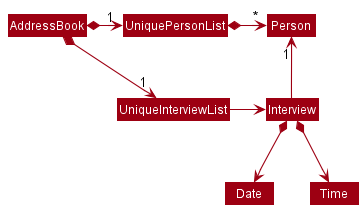
The PlantUML diagram docs/images/BetterModelClassDiagram.png in rcjj98/tp, before a commit.
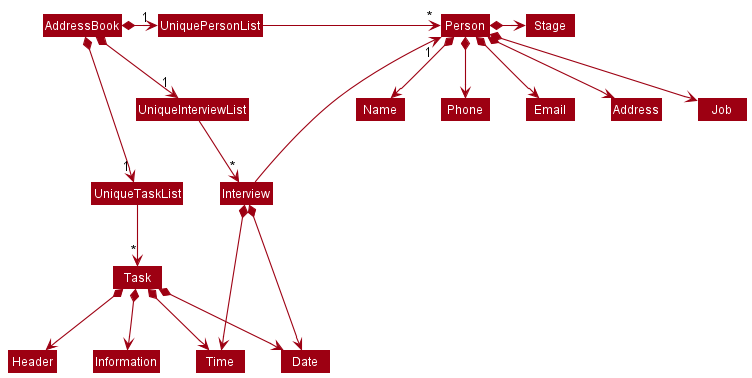
After the change.

Commit message:
Update model diagrams

What changed in the source:
```diff
@@ -6,14 +6,31 @@
 
 AddressBook *-right-> "1" UniqueInterviewList
 AddressBook *-right-> "1" UniquePersonList
+AddressBook *-right-> "1" UniqueTaskList
 UniquePersonList -[hidden]down- UniqueInterviewList
 UniquePersonList -[hidden]down- UniqueInterviewList
+UniqueInterviewList -[hidden]down- UniqueTaskList
 
-UniquePersonList *-right-> "*" Person
-UniqueInterviewList -right-> Interview
+UniquePersonList -right-> "*" Person
+UniqueInterviewList -right-> "*"Interview
+UniqueTaskList -down-> "*"Task
+
+Person *-down-> Name
+Person *-down-> Phone
+Person *-down-> Email
+Person *-down-> Address
+Person *-down-> Job
+Person *-right-> Stage
+
+
 
 Interview -up-> "1" Person
 
 Interview *--> Date
 Interview *--> Time
+
+Task *--> Header
+Task *--> Information
+Task *--> Date
+Task *--> Time
 @enduml
```
